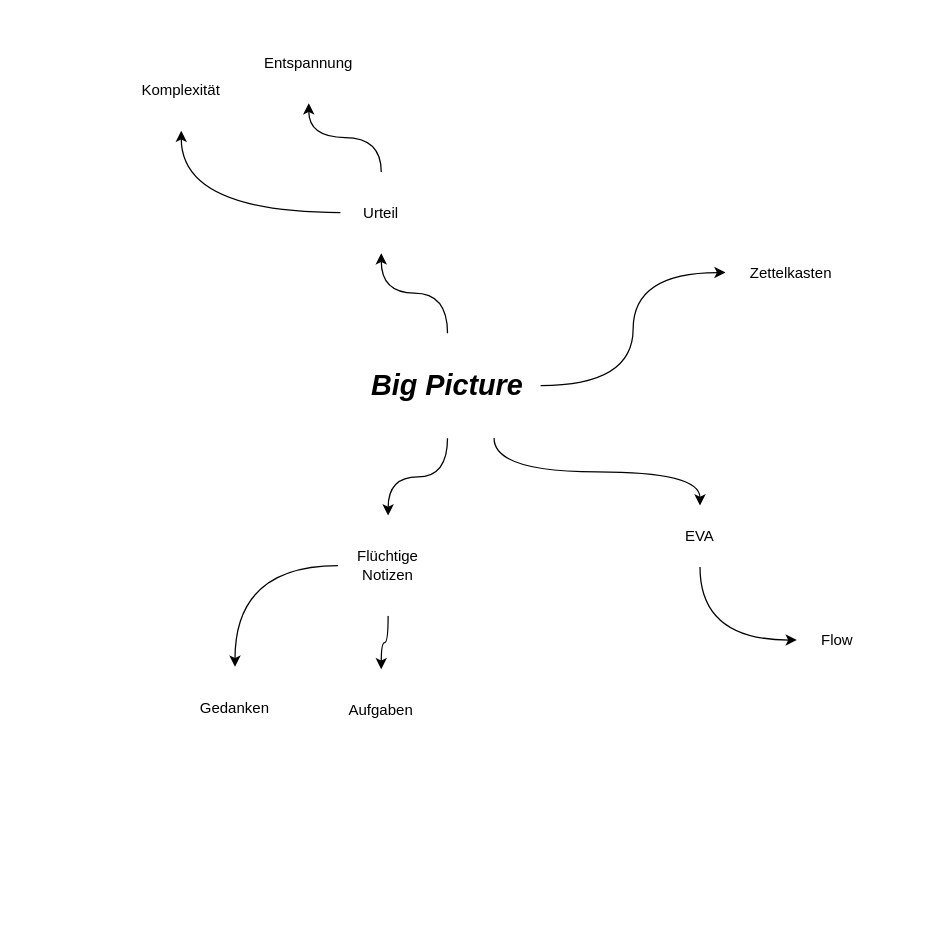
Before: page "overview" (1 of 3) of DrawIo/Untitled Diagram.drawio in foreversun69/documentation, a draw.io diagram. Source tidied: cells renumbered, new cells numbered last; positions are measured from the earlier drawing's top-left corner, leaving out a move shared by most shapes. Both pictures are drawn from the tidied source at 125%, with x=0, y=0 at pixel (140, 21).
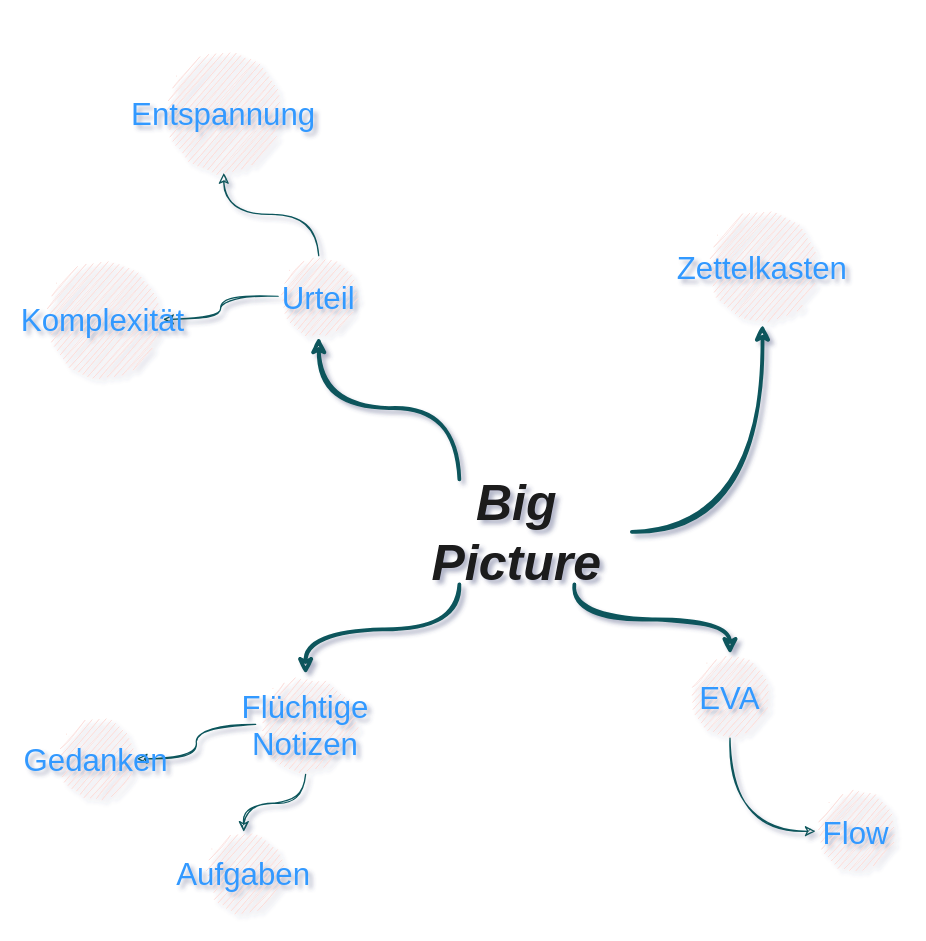
After the change.

The edit, as a diff of the source:
```diff
@@
-<mxGraphModel>
+<mxGraphModel shadow="1">
@@
-    <mxCell id="2" style="edgeStyle=orthogonalEdgeStyle;rounded=0;jettySize=auto;html=1;exitX=0.75;exitY=1;exitDx=0;exitDy=0;entryX=0.5;entryY=0;entryDx=0;entryDy=0;curved=1;" parent="1" edge="1" source="6" target="8">
+    <mxCell id="2" style="edgeStyle=orthogonalEdgeStyle;rounded=0;jettySize=auto;html=1;exitX=0.75;exitY=1;exitDx=0;exitDy=0;entryX=0.5;entryY=0;entryDx=0;entryDy=0;curved=1;sketch=1;strokeColor=#09555B;fontColor=#1A1A1A;strokeWidth=3;" parent="1" edge="1" source="6" target="8">
       <mxGeometry relative="1" as="geometry" />
     </mxCell>
-    <mxCell id="3" style="edgeStyle=orthogonalEdgeStyle;rounded=0;jettySize=auto;html=1;exitX=0.5;exitY=1;exitDx=0;exitDy=0;curved=1;" parent="1" edge="1" source="6" target="11">
+    <mxCell id="3" style="edgeStyle=orthogonalEdgeStyle;rounded=0;jettySize=auto;html=1;exitX=0.25;exitY=1;exitDx=0;exitDy=0;curved=1;sketch=1;strokeColor=#09555B;fontColor=#1A1A1A;strokeWidth=3;" parent="1" edge="1" source="6" target="11">
       <mxGeometry relative="1" as="geometry" />
     </mxCell>
-    <mxCell id="4" style="edgeStyle=orthogonalEdgeStyle;curved=1;rounded=0;jettySize=auto;html=1;exitX=1;exitY=0.5;exitDx=0;exitDy=0;entryX=0;entryY=0.5;entryDx=0;entryDy=0;" parent="1" edge="1" source="6" target="12">
+    <mxCell id="4" style="edgeStyle=orthogonalEdgeStyle;rounded=0;jettySize=auto;html=1;entryX=0.5;entryY=1;entryDx=0;entryDy=0;curved=1;sketch=1;strokeColor=#09555B;fontColor=#1A1A1A;exitX=1;exitY=0.5;exitDx=0;exitDy=0;strokeWidth=3;" parent="1" edge="1" source="6" target="12">
       <mxGeometry relative="1" as="geometry" />
     </mxCell>
-    <mxCell id="5" style="edgeStyle=orthogonalEdgeStyle;curved=1;rounded=0;jettySize=auto;html=1;exitX=0.5;exitY=0;exitDx=0;exitDy=0;" parent="1" edge="1" source="6" target="15">
+    <mxCell id="5" style="edgeStyle=orthogonalEdgeStyle;rounded=0;jettySize=auto;html=1;exitX=0.25;exitY=0;exitDx=0;exitDy=0;curved=1;sketch=1;strokeColor=#09555B;fontColor=#1A1A1A;strokeWidth=3;" parent="1" edge="1" source="6" target="15">
       <mxGeometry relative="1" as="geometry" />
     </mxCell>
-    <mxCell id="6" value="&lt;i&gt;&lt;b&gt;&lt;font style=&quot;font-size: 23px&quot;&gt;Big Picture&lt;/font&gt;&lt;/b&gt;&lt;/i&gt;" style="text;html=1;strokeColor=none;fillColor=none;align=center;verticalAlign=middle;whiteSpace=wrap;rounded=0;" parent="1" vertex="1">
-      <mxGeometry x="171" y="249" width="149" height="84" as="geometry" />
+    <mxCell id="6" value="&lt;font style=&quot;font-size: 40px&quot; face=&quot;Caveat&quot;&gt;&lt;i&gt;&lt;b&gt;&lt;font style=&quot;font-size: 40px&quot;&gt;Big Picture&lt;/font&gt;&lt;/b&gt;&lt;/i&gt;&lt;/font&gt;" style="text;html=1;strokeColor=none;fillColor=none;align=center;verticalAlign=middle;whiteSpace=wrap;sketch=1;fontColor=#1A1A1A;" parent="1" vertex="1">
+      <mxGeometry x="209" y="366" width="184" height="84" as="geometry" />
     </mxCell>
-    <mxCell id="7" style="edgeStyle=orthogonalEdgeStyle;curved=1;rounded=0;jettySize=auto;html=1;exitX=0.5;exitY=1;exitDx=0;exitDy=0;entryX=0;entryY=0.5;entryDx=0;entryDy=0;" parent="1" edge="1" source="8" target="17">
+    <mxCell id="7" style="edgeStyle=orthogonalEdgeStyle;rounded=0;jettySize=auto;html=1;exitX=0.5;exitY=1;exitDx=0;exitDy=0;entryX=0;entryY=0.5;entryDx=0;entryDy=0;curved=1;sketch=1;strokeColor=#09555B;fontColor=#1A1A1A;" parent="1" edge="1" source="8" target="17">
       <mxGeometry relative="1" as="geometry" />
     </mxCell>
-    <mxCell id="8" value="EVA" style="ellipse;whiteSpace=wrap;html=1;strokeColor=none;" parent="1" vertex="1">
-      <mxGeometry x="423" y="387" width="49" height="49" as="geometry" />
+    <mxCell id="8" value="EVA" style="ellipse;whiteSpace=wrap;html=1;strokeColor=none;sketch=1;fillColor=#FAD9D5;fontColor=#3399FF;fontFamily=Caveat;fontSize=25;" parent="1" vertex="1">
+      <mxGeometry x="438" y="506" width="67" height="67" as="geometry" />
     </mxCell>
-    <mxCell id="9" style="edgeStyle=orthogonalEdgeStyle;curved=1;rounded=0;jettySize=auto;html=1;exitX=0;exitY=0.5;exitDx=0;exitDy=0;" parent="1" edge="1" source="11" target="19">
+    <mxCell id="9" style="edgeStyle=orthogonalEdgeStyle;rounded=0;jettySize=auto;html=1;exitX=0;exitY=0.5;exitDx=0;exitDy=0;curved=1;sketch=1;strokeColor=#09555B;fontColor=#1A1A1A;" parent="1" edge="1" source="11" target="19">
       <mxGeometry relative="1" as="geometry" />
     </mxCell>
-    <mxCell id="10" style="edgeStyle=orthogonalEdgeStyle;curved=1;rounded=0;jettySize=auto;html=1;exitX=0.5;exitY=1;exitDx=0;exitDy=0;entryX=0.5;entryY=0;entryDx=0;entryDy=0;" parent="1" edge="1" source="11" target="20">
+    <mxCell id="10" style="edgeStyle=orthogonalEdgeStyle;rounded=0;jettySize=auto;html=1;exitX=0.5;exitY=1;exitDx=0;exitDy=0;entryX=0.5;entryY=0;entryDx=0;entryDy=0;curved=1;sketch=1;strokeColor=#09555B;fontColor=#1A1A1A;" parent="1" edge="1" source="11" target="20">
       <mxGeometry relative="1" as="geometry" />
     </mxCell>
-    <mxCell id="11" value="Flüchtige Notizen" style="ellipse;whiteSpace=wrap;html=1;strokeColor=none;" parent="1" vertex="1">
-      <mxGeometry x="158" y="395" width="80" height="80" as="geometry" />
+    <mxCell id="11" value="Flüchtige Notizen" style="ellipse;whiteSpace=wrap;html=1;strokeColor=none;sketch=1;fillColor=#FAD9D5;fontColor=#3399FF;fontFamily=Caveat;fontSize=25;" parent="1" vertex="1">
+      <mxGeometry x="92" y="522" width="80" height="80" as="geometry" />
     </mxCell>
-    <mxCell id="12" value="Zettelkasten" style="ellipse;whiteSpace=wrap;html=1;strokeColor=none;" parent="1" vertex="1">
-      <mxGeometry x="468" y="148" width="105" height="105" as="geometry" />
+    <mxCell id="12" value="&lt;font style=&quot;font-size: 25px;&quot;&gt;&lt;span style=&quot;font-size: 25px;&quot;&gt;&lt;font style=&quot;font-size: 25px;&quot; face=&quot;Caveat&quot;&gt;Zettelkasten&lt;/font&gt;&lt;/span&gt;&lt;/font&gt;" style="ellipse;whiteSpace=wrap;html=1;strokeColor=none;sketch=1;fillColor=#FAD9D5;fontFamily=Caveat;FType=g;fontColor=#3399FF;fontSize=25;fontStyle=0;" parent="1" vertex="1">
+      <mxGeometry x="451" y="149" width="93" height="93" as="geometry" />
     </mxCell>
-    <mxCell id="13" style="edgeStyle=orthogonalEdgeStyle;curved=1;rounded=0;jettySize=auto;html=1;exitX=0;exitY=0.5;exitDx=0;exitDy=0;entryX=0.5;entryY=1;entryDx=0;entryDy=0;" parent="1" edge="1" source="15" target="16">
+    <mxCell id="13" style="edgeStyle=orthogonalEdgeStyle;rounded=0;jettySize=auto;html=1;exitX=0;exitY=0.5;exitDx=0;exitDy=0;entryX=1;entryY=0.5;entryDx=0;entryDy=0;curved=1;sketch=1;strokeColor=#09555B;fontColor=#1A1A1A;" parent="1" edge="1" source="15" target="16">
       <mxGeometry relative="1" as="geometry" />
     </mxCell>
-    <mxCell id="14" style="edgeStyle=orthogonalEdgeStyle;curved=1;rounded=0;jettySize=auto;html=1;exitX=0.5;exitY=0;exitDx=0;exitDy=0;" parent="1" edge="1" source="15" target="18">
+    <mxCell id="14" style="edgeStyle=orthogonalEdgeStyle;rounded=0;jettySize=auto;html=1;exitX=0.5;exitY=0;exitDx=0;exitDy=0;curved=1;sketch=1;strokeColor=#09555B;fontColor=#1A1A1A;strokeWidth=1;" parent="1" edge="1" source="15" target="18">
       <mxGeometry relative="1" as="geometry" />
     </mxCell>
-    <mxCell id="15" value="Urteil" style="ellipse;whiteSpace=wrap;html=1;strokeColor=none;" parent="1" vertex="1">
-      <mxGeometry x="160" y="120" width="65" height="65" as="geometry" />
+    <mxCell id="15" value="Urteil" style="ellipse;whiteSpace=wrap;html=1;strokeColor=none;sketch=1;fillColor=#FAD9D5;fontColor=#3399FF;fontFamily=Caveat;fontSize=25;" parent="1" vertex="1">
+      <mxGeometry x="110" y="187" width="65" height="65" as="geometry" />
     </mxCell>
-    <mxCell id="16" value="Komplexität" style="ellipse;whiteSpace=wrap;html=1;strokeColor=none;" parent="1" vertex="1">
-      <mxGeometry y="22" width="65" height="65" as="geometry" />
+    <mxCell id="16" value="Komplexität" style="ellipse;whiteSpace=wrap;html=1;strokeColor=none;sketch=1;fillColor=#FAD9D5;fontColor=#3399FF;fontFamily=Caveat;fontSize=25;" parent="1" vertex="1">
+      <mxGeometry x="-78" y="190" width="96" height="96" as="geometry" />
     </mxCell>
-    <mxCell id="17" value="Flow" style="ellipse;whiteSpace=wrap;html=1;strokeColor=none;" parent="1" vertex="1">
-      <mxGeometry x="525" y="462" width="65" height="65" as="geometry" />
+    <mxCell id="17" value="Flow" style="ellipse;whiteSpace=wrap;html=1;strokeColor=none;sketch=1;fillColor=#FAD9D5;fontColor=#3399FF;fontFamily=Caveat;fontSize=25;" parent="1" vertex="1">
+      <mxGeometry x="540" y="615" width="65" height="65" as="geometry" />
     </mxCell>
-    <mxCell id="18" value="Entspannung" style="ellipse;whiteSpace=wrap;html=1;strokeColor=none;" parent="1" vertex="1">
-      <mxGeometry x="102" width="65" height="65" as="geometry" />
+    <mxCell id="18" value="Entspannung" style="ellipse;whiteSpace=wrap;html=1;strokeColor=none;sketch=1;fillColor=#FAD9D5;fontColor=#3399FF;fontFamily=Caveat;fontSize=25;" parent="1" vertex="1">
+      <mxGeometry x="18" y="24" width="97" height="97" as="geometry" />
     </mxCell>
-    <mxCell id="19" value="Gedanken" style="ellipse;whiteSpace=wrap;html=1;strokeColor=none;" parent="1" vertex="1">
-      <mxGeometry x="43" y="516" width="65" height="65" as="geometry" />
+    <mxCell id="19" value="Gedanken" style="ellipse;whiteSpace=wrap;html=1;strokeColor=none;sketch=1;fillColor=#FAD9D5;fontColor=#3399FF;fontFamily=Caveat;fontSize=25;" parent="1" vertex="1">
+      <mxGeometry x="-68" y="557" width="65" height="65" as="geometry" />
     </mxCell>
-    <mxCell id="20" value="Aufgaben" style="ellipse;whiteSpace=wrap;html=1;strokeColor=none;" parent="1" vertex="1">
-      <mxGeometry x="160" y="518" width="65" height="65" as="geometry" />
+    <mxCell id="20" value="Aufgaben" style="ellipse;whiteSpace=wrap;html=1;strokeColor=none;sketch=1;fillColor=#FAD9D5;fontColor=#3399FF;fontFamily=Caveat;fontSize=25;" parent="1" vertex="1">
+      <mxGeometry x="50" y="648" width="65" height="65" as="geometry" />
     </mxCell>
```
